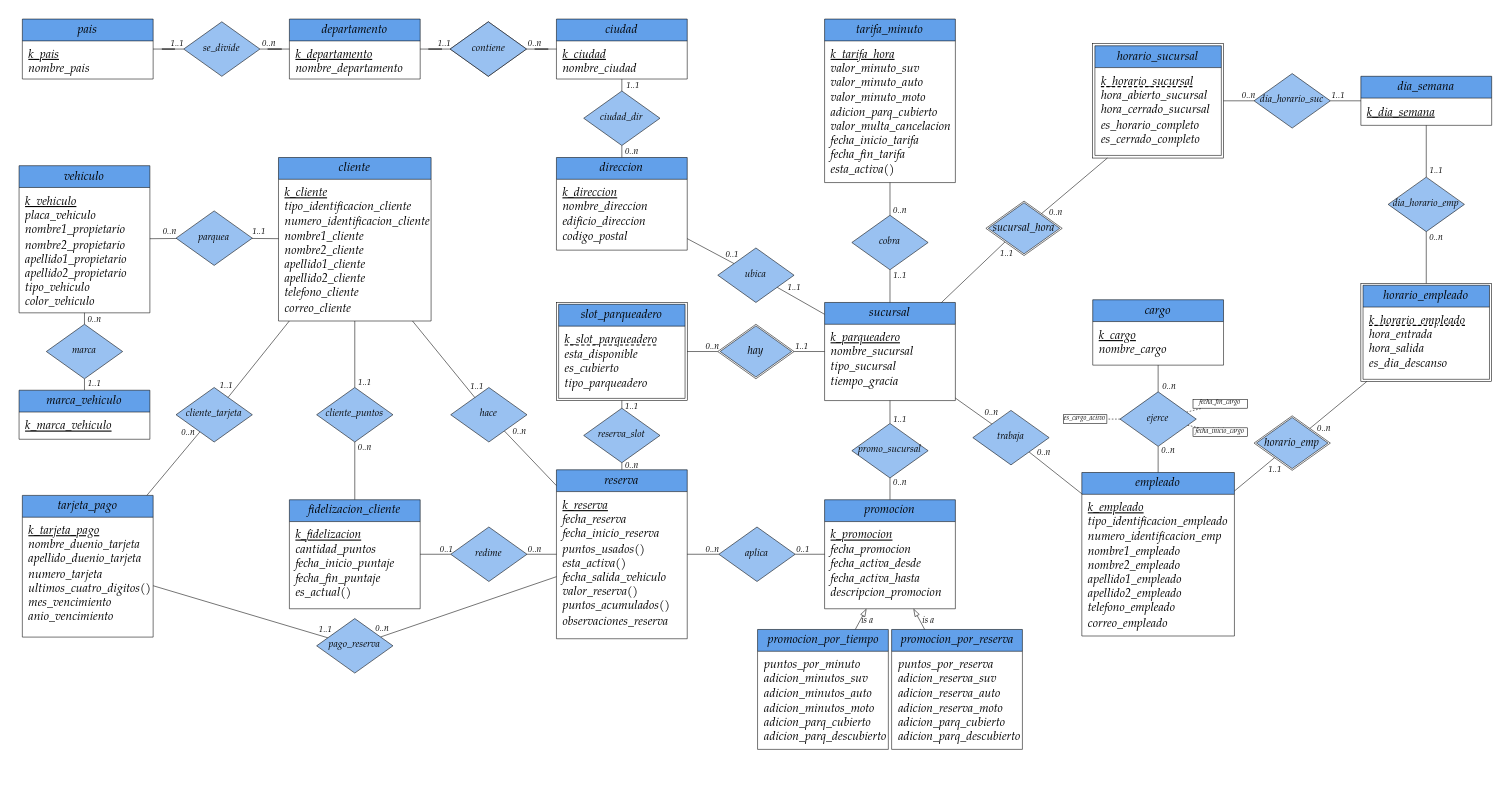
The draw.io diagram page "Diagrama E-R Parqueadero" (1 of 3) of Diagramas/Diagramas.drawio in CCaroV/BD_PAR-KUD, before the edit. Source tidied: cells renumbered, new cells numbered last; positions are measured from the earlier drawing's top-left corner, leaving out a move shared by most shapes. Both pictures are drawn from the tidied source at 109%, with x=0, y=0 at pixel (19, 19).
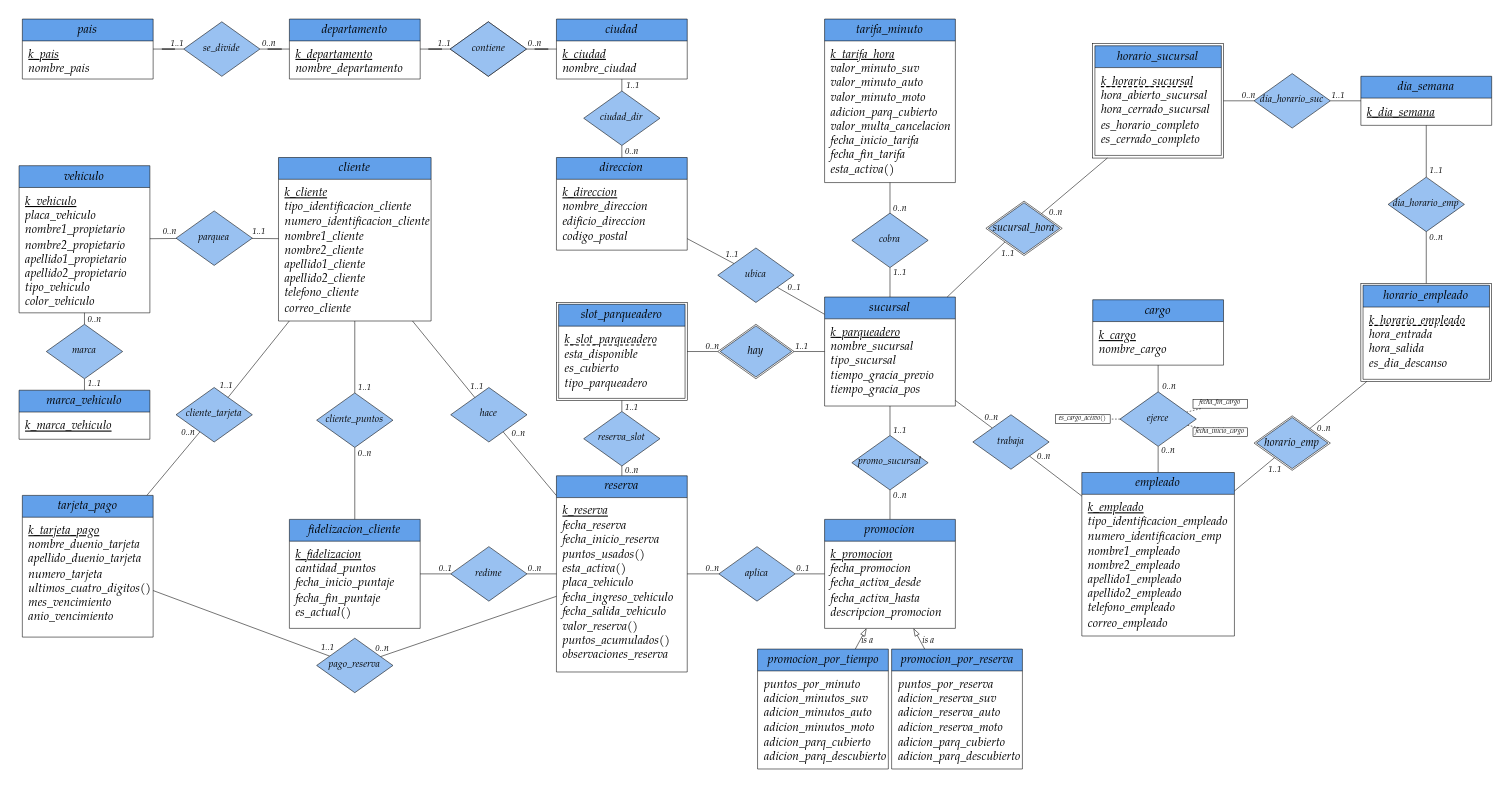
The same diagram, later.

The change refers to these unchanged cells:
```xml
<mxCell id="2" style="shape=connector;rounded=0;jettySize=auto;html=1;labelBackgroundColor=default;strokeColor=default;strokeWidth=0.5;fontFamily=Tex Gyre Pagella;fontSize=8;fontColor=default;endArrow=none;endFill=0;" parent="1" edge="1" source="6" target="79">
  <mxGeometry relative="1" as="geometry" />
</mxCell>
<mxCell id="17" style="shape=connector;rounded=0;jettySize=auto;html=1;labelBackgroundColor=default;strokeColor=default;strokeWidth=0.5;fontFamily=Tex Gyre Pagella;fontSize=8;fontColor=default;endArrow=none;endFill=0;" parent="1" edge="1" source="25" target="79">
  <mxGeometry relative="1" as="geometry" />
</mxCell>
<mxCell id="39" style="edgeStyle=none;shape=connector;rounded=0;jettySize=auto;html=1;labelBackgroundColor=default;strokeColor=default;strokeWidth=0.5;fontFamily=Tex Gyre Pagella;fontSize=8;fontColor=default;endArrow=none;endFill=0;" parent="1" edge="1" source="43" target="92">
  <mxGeometry relative="1" as="geometry" />
</mxCell>
<mxCell id="63" style="edgeStyle=none;shape=connector;rounded=0;jettySize=auto;html=1;labelBackgroundColor=default;strokeColor=default;strokeWidth=0.5;fontFamily=Tex Gyre Pagella;fontSize=8;fontColor=default;endArrow=none;endFill=0;" parent="1" edge="1" source="67" target="92">
  <mxGeometry relative="1" as="geometry" />
</mxCell>
<mxCell id="65" style="edgeStyle=none;shape=connector;rounded=0;jettySize=auto;html=1;labelBackgroundColor=default;strokeColor=default;strokeWidth=0.5;fontFamily=Tex Gyre Pagella;fontSize=8;fontColor=default;endArrow=none;endFill=0;" parent="1" edge="1" source="67" target="177">
  <mxGeometry relative="1" as="geometry" />
</mxCell>
<mxCell id="93" style="edgeStyle=none;shape=connector;rounded=0;jettySize=auto;html=1;labelBackgroundColor=default;strokeColor=default;strokeWidth=0.5;fontFamily=Tex Gyre Pagella;fontSize=8;fontColor=default;endArrow=none;endFill=0;" parent="1" edge="1" source="11" target="81">
  <mxGeometry relative="1" as="geometry" />
</mxCell>
```

Change to the diagram source:
```diff
@@
-    <mxCell id="3" value="0..1" style="edgeLabel;html=1;align=center;verticalAlign=middle;fontSize=8;fontFamily=Tex Gyre Pagella;fontColor=default;labelBackgroundColor=none;fontStyle=2;" parent="2" vertex="1">
+    <mxCell id="3" value="1..1" style="edgeLabel;html=1;align=center;verticalAlign=middle;fontSize=8;fontFamily=Tex Gyre Pagella;fontColor=default;labelBackgroundColor=none;fontStyle=2;" parent="2" vertex="1">
       <mxGeometry x="0.89" relative="1" as="geometry">
         <mxPoint y="-7" as="offset" />
       </mxGeometry>
     </mxCell>
@@
-    <mxCell id="18" value="1..1" style="edgeLabel;html=1;align=center;verticalAlign=middle;fontSize=8;fontFamily=Tex Gyre Pagella;fontColor=default;fontStyle=2;labelBackgroundColor=none;" parent="17" vertex="1">
+    <mxCell id="18" value="0..1" style="edgeLabel;html=1;align=center;verticalAlign=middle;fontSize=8;fontFamily=Tex Gyre Pagella;fontColor=default;fontStyle=2;labelBackgroundColor=none;" parent="17" vertex="1">
       <mxGeometry x="0.72" relative="1" as="geometry">
         <mxPoint x="9" y="-3" as="offset" />
       </mxGeometry>
     </mxCell>
@@
     <mxCell id="25" value="sucursal" style="swimlane;horizontal=1;startSize=20;rounded=0;fontSize=11;fontStyle=2;strokeWidth=0.5;shadow=0;dashed=0;align=center;fontFamily=Tex Gyre Pagella;labelBackgroundColor=none;fillColor=#62A0EA;strokeColor=#000000;verticalAlign=middle;labelBorderColor=none;whiteSpace=wrap;html=1;" parent="1" vertex="1">
-      <mxGeometry x="739" y="260" width="120" height="90" as="geometry" />
+      <mxGeometry x="739" y="255" width="120" height="100" as="geometry" />
     </mxCell>
-    <mxCell id="26" value="&lt;div style=&quot;font-size: 11px;&quot;&gt;&lt;u&gt;k_parqueadero&lt;/u&gt;&lt;/div&gt;&lt;div style=&quot;font-size: 11px;&quot;&gt;nombre_sucursal&lt;br&gt;&lt;/div&gt;&lt;div style=&quot;font-size: 11px;&quot;&gt;tipo_sucursal&lt;/div&gt;&lt;div style=&quot;font-size: 11px;&quot;&gt;tiempo_gracia&lt;/div&gt;&lt;div style=&quot;font-size: 11px;&quot;&gt;&lt;br&gt;&lt;/div&gt;" style="align=left;strokeColor=none;fillColor=none;spacingLeft=4;fontSize=11;verticalAlign=top;rounded=0;fontFamily=Tex Gyre Pagella;fontStyle=2;html=1;horizontal=1;labelBorderColor=none;" parent="25" vertex="1">
-      <mxGeometry y="20" width="120" height="70" as="geometry" />
+    <mxCell id="26" value="&lt;div style=&quot;font-size: 11px;&quot;&gt;&lt;u&gt;k_parqueadero&lt;/u&gt;&lt;/div&gt;&lt;div style=&quot;font-size: 11px;&quot;&gt;nombre_sucursal&lt;br&gt;&lt;/div&gt;&lt;div style=&quot;font-size: 11px;&quot;&gt;tipo_sucursal&lt;/div&gt;&lt;div style=&quot;font-size: 11px;&quot;&gt;tiempo_gracia_previo&lt;/div&gt;&lt;div style=&quot;font-size: 11px;&quot;&gt;tiempo_gracia_pos&lt;/div&gt;&lt;div style=&quot;font-size: 11px;&quot;&gt;&lt;br&gt;&lt;/div&gt;" style="align=left;strokeColor=none;fillColor=none;spacingLeft=4;fontSize=11;verticalAlign=top;rounded=0;fontFamily=Tex Gyre Pagella;fontStyle=2;html=1;horizontal=1;labelBorderColor=none;" parent="25" vertex="1">
+      <mxGeometry y="20" width="120" height="80" as="geometry" />
     </mxCell>
@@
     <mxCell id="40" value="1..1" style="edgeLabel;html=1;align=center;verticalAlign=middle;fontSize=8;fontFamily=Tex Gyre Pagella;fontColor=default;fontStyle=2;labelBackgroundColor=none;" parent="39" vertex="1">
       <mxGeometry x="0.11" relative="1" as="geometry">
-        <mxPoint x="8" y="22" as="offset" />
+        <mxPoint x="8" y="24" as="offset" />
       </mxGeometry>
     </mxCell>
@@
     <mxCell id="61" value="reserva" style="swimlane;horizontal=1;startSize=20;rounded=0;fontSize=11;fontStyle=2;strokeWidth=0.5;shadow=0;dashed=0;align=center;fontFamily=Tex Gyre Pagella;labelBackgroundColor=none;fillColor=#62A0EA;strokeColor=#000000;verticalAlign=middle;labelBorderColor=none;whiteSpace=wrap;html=1;" parent="1" vertex="1">
-      <mxGeometry x="493" y="413.5" width="120" height="155" as="geometry" />
+      <mxGeometry x="493" y="419" width="120" height="180" as="geometry" />
     </mxCell>
-    <mxCell id="62" value="&lt;div style=&quot;font-size: 11px;&quot;&gt;&lt;u&gt;k_reserva&lt;/u&gt;&lt;/div&gt;&lt;div style=&quot;font-size: 11px;&quot;&gt;fecha_reserva&lt;/div&gt;&lt;div style=&quot;font-size: 11px;&quot;&gt;fecha_inicio_reserva&lt;/div&gt;&lt;div style=&quot;font-size: 11px;&quot;&gt;puntos_usados()&lt;br&gt;&lt;/div&gt;&lt;div style=&quot;font-size: 11px;&quot;&gt;esta_activa()&lt;br&gt;&lt;/div&gt;&lt;div style=&quot;font-size: 11px;&quot;&gt;fecha_salida_vehiculo&lt;/div&gt;&lt;div style=&quot;font-size: 11px;&quot;&gt;valor_reserva()&lt;/div&gt;&lt;div style=&quot;font-size: 11px;&quot;&gt;puntos_acumulados()&lt;/div&gt;&lt;div style=&quot;font-size: 11px;&quot;&gt;observaciones_reserva&lt;/div&gt;" style="align=left;strokeColor=none;fillColor=none;spacingLeft=4;fontSize=11;verticalAlign=top;rounded=0;fontFamily=Tex Gyre Pagella;fontStyle=2;html=1;horizontal=1;labelBorderColor=none;" parent="61" vertex="1">
-      <mxGeometry y="20" width="120" height="135" as="geometry" />
+    <mxCell id="62" value="&lt;div style=&quot;font-size: 11px;&quot;&gt;&lt;u&gt;k_reserva&lt;/u&gt;&lt;/div&gt;&lt;div style=&quot;font-size: 11px;&quot;&gt;fecha_reserva&lt;/div&gt;&lt;div style=&quot;font-size: 11px;&quot;&gt;fecha_inicio_reserva&lt;/div&gt;&lt;div style=&quot;font-size: 11px;&quot;&gt;puntos_usados()&lt;br&gt;&lt;/div&gt;&lt;div style=&quot;font-size: 11px;&quot;&gt;esta_activa()&lt;br&gt;&lt;/div&gt;&lt;div style=&quot;font-size: 11px;&quot;&gt;placa_vehiculo&lt;/div&gt;&lt;div style=&quot;font-size: 11px;&quot;&gt;fecha_ingreso_vehiculo&lt;/div&gt;&lt;div style=&quot;font-size: 11px;&quot;&gt;fecha_salida_vehiculo&lt;/div&gt;&lt;div style=&quot;font-size: 11px;&quot;&gt;valor_reserva()&lt;/div&gt;&lt;div style=&quot;font-size: 11px;&quot;&gt;puntos_acumulados()&lt;/div&gt;&lt;div style=&quot;font-size: 11px;&quot;&gt;observaciones_reserva&lt;/div&gt;" style="align=left;strokeColor=none;fillColor=none;spacingLeft=4;fontSize=11;verticalAlign=top;rounded=0;fontFamily=Tex Gyre Pagella;fontStyle=2;html=1;horizontal=1;labelBorderColor=none;" parent="61" vertex="1">
+      <mxGeometry y="20" width="120" height="160" as="geometry" />
     </mxCell>
@@
     <mxCell id="64" value="0..n" style="edgeLabel;html=1;align=center;verticalAlign=middle;fontSize=8;fontFamily=Tex Gyre Pagella;fontColor=default;fontStyle=2;labelBackgroundColor=none;" parent="63" vertex="1">
       <mxGeometry x="0.43" relative="1" as="geometry">
-        <mxPoint x="8" y="-10" as="offset" />
+        <mxPoint x="8" y="-14" as="offset" />
       </mxGeometry>
     </mxCell>
@@
     <mxCell id="66" value="0..1" style="edgeLabel;html=1;align=center;verticalAlign=middle;fontSize=8;fontFamily=Tex Gyre Pagella;fontColor=default;fontStyle=2;labelBackgroundColor=none;" parent="65" vertex="1">
       <mxGeometry x="0.47" y="-1" relative="1" as="geometry">
-        <mxPoint x="2" y="-6" as="offset" />
+        <mxPoint x="1" y="-6" as="offset" />
       </mxGeometry>
     </mxCell>
     <mxCell id="67" value="fidelizacion_cliente" style="swimlane;horizontal=1;startSize=20;rounded=0;fontSize=11;fontStyle=2;strokeWidth=0.5;shadow=0;dashed=0;align=center;fontFamily=Tex Gyre Pagella;labelBackgroundColor=none;fillColor=#62A0EA;strokeColor=#000000;verticalAlign=middle;labelBorderColor=none;whiteSpace=wrap;html=1;" parent="1" vertex="1">
-      <mxGeometry x="248" y="441" width="120" height="100" as="geometry" />
+      <mxGeometry x="248" y="459" width="120" height="100" as="geometry" />
     </mxCell>
@@
     <mxCell id="80" value="cobra" style="shape=rhombus;perimeter=rhombusPerimeter;html=1;align=center;labelBackgroundColor=none;strokeColor=#000000;strokeWidth=0.5;fontFamily=Tex Gyre Pagella;fontSize=9;fillColor=#99C1F1;perimeterSpacing=0;rounded=0;fontStyle=2;labelBorderColor=none;whiteSpace=wrap;" parent="1" vertex="1">
-      <mxGeometry x="764" y="180" width="70" height="50" as="geometry" />
+      <mxGeometry x="764" y="178" width="70" height="50" as="geometry" />
     </mxCell>
     <mxCell id="81" value="reserva_slot" style="shape=rhombus;perimeter=rhombusPerimeter;align=center;labelBackgroundColor=none;strokeColor=#000000;strokeWidth=0.5;fontFamily=Tex Gyre Pagella;fontSize=9;fillColor=#99C1F1;perimeterSpacing=0;rounded=0;fontStyle=2;labelBorderColor=none;whiteSpace=wrap;html=1;" parent="1" vertex="1">
-      <mxGeometry x="518" y="357" width="70" height="50" as="geometry" />
+      <mxGeometry x="518" y="360" width="70" height="50" as="geometry" />
     </mxCell>
@@
     <mxCell id="92" value="cliente_puntos" style="shape=rhombus;perimeter=rhombusPerimeter;align=center;labelBackgroundColor=none;strokeColor=#000000;strokeWidth=0.5;fontFamily=Tex Gyre Pagella;fontSize=9;fillColor=#99C1F1;perimeterSpacing=0;rounded=0;fontStyle=2;labelBorderColor=none;whiteSpace=wrap;html=1;" parent="1" vertex="1">
-      <mxGeometry x="273" y="338" width="70" height="50" as="geometry" />
+      <mxGeometry x="273" y="343" width="70" height="50" as="geometry" />
     </mxCell>
@@
     <mxCell id="94" value="1..1" style="edgeLabel;html=1;align=center;verticalAlign=middle;fontSize=8;fontFamily=Tex Gyre Pagella;fontColor=default;fontStyle=2;labelBackgroundColor=none;" parent="93" vertex="1">
       <mxGeometry x="0.48" y="-1" relative="1" as="geometry">
-        <mxPoint x="9" as="offset" />
+        <mxPoint x="9" y="-1" as="offset" />
       </mxGeometry>
     </mxCell>
@@
     <mxCell id="102" value="trabaja" style="shape=rhombus;perimeter=rhombusPerimeter;html=1;align=center;labelBackgroundColor=none;strokeColor=#000000;strokeWidth=0.5;fontFamily=Tex Gyre Pagella;fontSize=9;fillColor=#99C1F1;perimeterSpacing=0;rounded=0;fontStyle=2;labelBorderColor=none;whiteSpace=wrap;" parent="1" vertex="1">
-      <mxGeometry x="875" y="359" width="70" height="50" as="geometry" />
+      <mxGeometry x="875" y="363" width="70" height="50" as="geometry" />
     </mxCell>
@@
     <mxCell id="158" value="promocion" style="swimlane;horizontal=1;startSize=20;rounded=0;fontSize=11;fontStyle=2;strokeWidth=0.5;shadow=0;dashed=0;align=center;fontFamily=Tex Gyre Pagella;labelBackgroundColor=none;fillColor=#62A0EA;strokeColor=#000000;verticalAlign=middle;labelBorderColor=none;whiteSpace=wrap;html=1;" parent="1" vertex="1">
-      <mxGeometry x="739" y="441" width="120" height="100" as="geometry" />
+      <mxGeometry x="739" y="459" width="120" height="100" as="geometry" />
     </mxCell>
@@
     <mxCell id="162" value="promocion_por_reserva" style="swimlane;horizontal=1;startSize=20;rounded=0;fontSize=11;fontStyle=2;strokeWidth=0.5;shadow=0;dashed=0;align=center;fontFamily=Tex Gyre Pagella;labelBackgroundColor=none;fillColor=#62A0EA;strokeColor=#000000;verticalAlign=middle;labelBorderColor=none;whiteSpace=wrap;html=1;" parent="1" vertex="1">
-      <mxGeometry x="800.5" y="560" width="120" height="110" as="geometry" />
+      <mxGeometry x="800.5" y="578" width="120" height="110" as="geometry" />
     </mxCell>
@@
     <mxCell id="164" value="promo_sucursal" style="shape=rhombus;perimeter=rhombusPerimeter;html=1;align=center;labelBackgroundColor=none;strokeColor=#000000;strokeWidth=0.5;fontFamily=Tex Gyre Pagella;fontSize=9;fillColor=#99C1F1;perimeterSpacing=0;rounded=0;fontStyle=2;labelBorderColor=none;whiteSpace=wrap;" parent="1" vertex="1">
-      <mxGeometry x="764" y="371" width="70" height="50" as="geometry" />
+      <mxGeometry x="764" y="382" width="70" height="50" as="geometry" />
     </mxCell>
@@
     <mxCell id="167" value="promocion_por_tiempo" style="swimlane;horizontal=1;startSize=20;rounded=0;fontSize=11;fontStyle=2;strokeWidth=0.5;shadow=0;dashed=0;align=center;fontFamily=Tex Gyre Pagella;labelBackgroundColor=none;fillColor=#62A0EA;strokeColor=#000000;verticalAlign=middle;labelBorderColor=none;whiteSpace=wrap;html=1;" parent="1" vertex="1">
-      <mxGeometry x="677.5" y="560" width="120" height="110" as="geometry" />
+      <mxGeometry x="677.5" y="578" width="120" height="110" as="geometry" />
     </mxCell>
@@
-    <mxCell id="176" value="es_cargo_activo" style="rounded=0;whiteSpace=wrap;html=1;fontFamily=Tex Gyre Pagella;fontSize=6;fontColor=default;strokeWidth=0.5;fillColor=none;fontStyle=2;" parent="1" vertex="1">
-      <mxGeometry x="958" y="363" width="40" height="8" as="geometry" />
+    <mxCell id="176" value="es_cargo_activo()" style="rounded=0;whiteSpace=wrap;html=1;fontFamily=Tex Gyre Pagella;fontSize=6;fontColor=default;strokeWidth=0.5;fillColor=none;fontStyle=2;" parent="1" vertex="1">
+      <mxGeometry x="951" y="363" width="50" height="8" as="geometry" />
     </mxCell>
     <mxCell id="177" value="redime" style="shape=rhombus;perimeter=rhombusPerimeter;align=center;labelBackgroundColor=none;strokeColor=#000000;strokeWidth=0.5;fontFamily=Tex Gyre Pagella;fontSize=9;fillColor=#99C1F1;perimeterSpacing=0;rounded=0;fontStyle=2;labelBorderColor=none;whiteSpace=wrap;html=1;" parent="1" vertex="1">
-      <mxGeometry x="396" y="466" width="70" height="50" as="geometry" />
+      <mxGeometry x="396" y="484" width="70" height="50" as="geometry" />
     </mxCell>
     <mxCell id="178" value="aplica" style="shape=rhombus;perimeter=rhombusPerimeter;align=center;labelBackgroundColor=none;strokeColor=#000000;strokeWidth=0.5;fontFamily=Tex Gyre Pagella;fontSize=9;fillColor=#99C1F1;perimeterSpacing=0;rounded=0;fontStyle=2;labelBorderColor=none;whiteSpace=wrap;html=1;" parent="1" vertex="1">
-      <mxGeometry x="642" y="466" width="70" height="50" as="geometry" />
+      <mxGeometry x="642" y="484" width="70" height="50" as="geometry" />
     </mxCell>
     <mxCell id="179" value="pago_reserva" style="shape=rhombus;perimeter=rhombusPerimeter;align=center;labelBackgroundColor=none;strokeColor=#000000;strokeWidth=0.5;fontFamily=Tex Gyre Pagella;fontSize=9;fillColor=#99C1F1;perimeterSpacing=0;rounded=0;fontStyle=2;labelBorderColor=none;whiteSpace=wrap;html=1;" parent="1" vertex="1">
-      <mxGeometry x="273" y="550" width="70" height="50" as="geometry" />
+      <mxGeometry x="273" y="568" width="70" height="50" as="geometry" />
     </mxCell>
```
